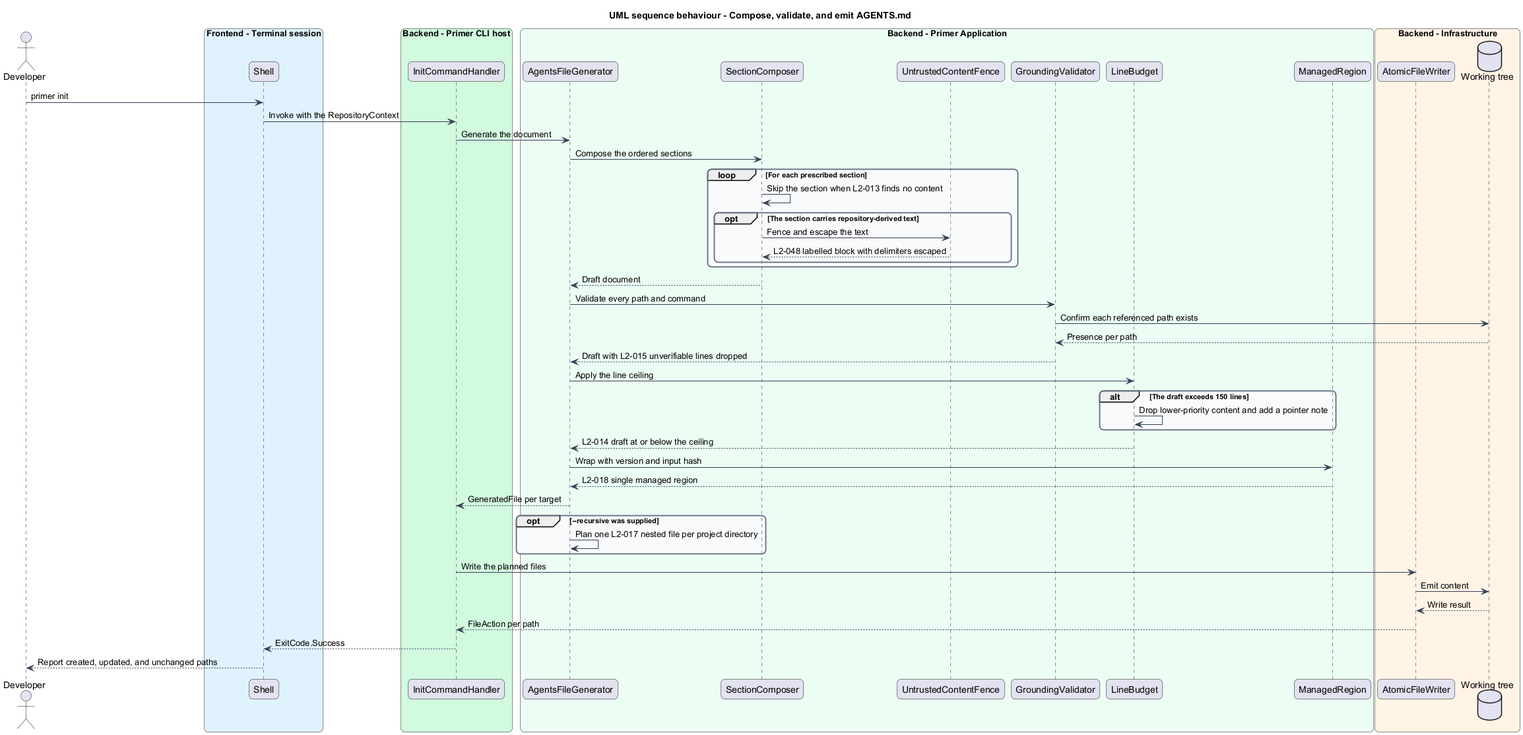
QuinntyneBrown/primer keeps this PlantUML diagram as docs/detailed-designs/agent-file-generation/generate-agents-md/diagrams/sequence-generate-agents-md.png. Above is the earlier version.
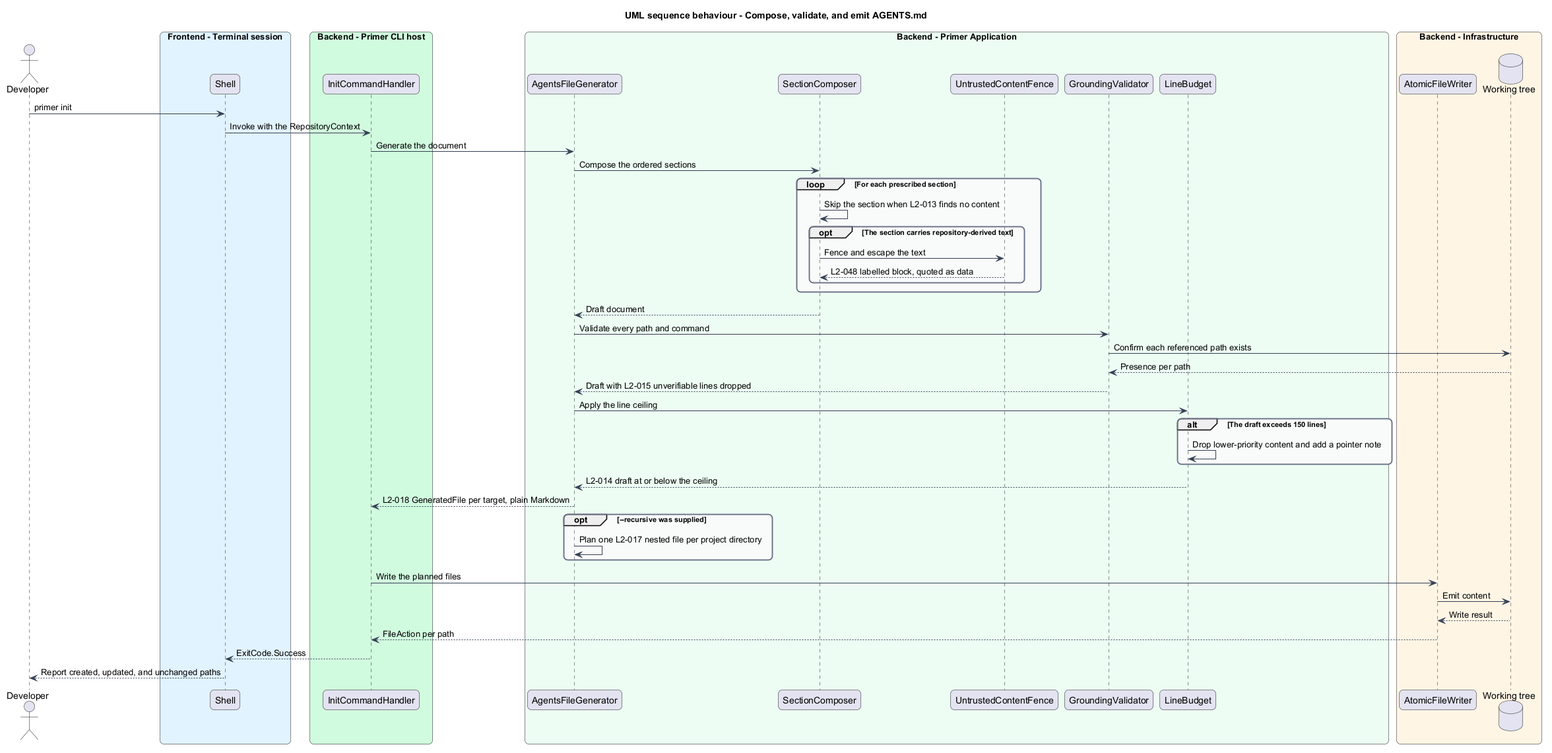
The same file after the commit.

What changed in the source:
```diff
@@ -27,7 +27,6 @@
   participant "UntrustedContentFence" as fence
   participant "GroundingValidator" as grounding
   participant "LineBudget" as budget
-  participant "ManagedRegion" as region
 end box
 box "Backend - Infrastructure" #FFF4E5
   participant "AtomicFileWriter" as writer
@@ -43,7 +42,7 @@
   composer -> composer : Skip the section when L2-013 finds no content
   opt The section carries repository-derived text
     composer -> fence : Fence and escape the text
-    fence --> composer : L2-048 labelled block with delimiters escaped
+    fence --> composer : L2-048 labelled block, quoted as data
   end
 end
 composer --> generator : Draft document
@@ -59,9 +58,7 @@
 end
 budget --> generator : L2-014 draft at or below the ceiling
 
-generator -> region : Wrap with version and input hash
-region --> generator : L2-018 single managed region
-generator --> handler : GeneratedFile per target
+generator --> handler : L2-018 GeneratedFile per target, plain Markdown
 
 opt --recursive was supplied
   generator -> generator : Plan one L2-017 nested file per project directory
```
